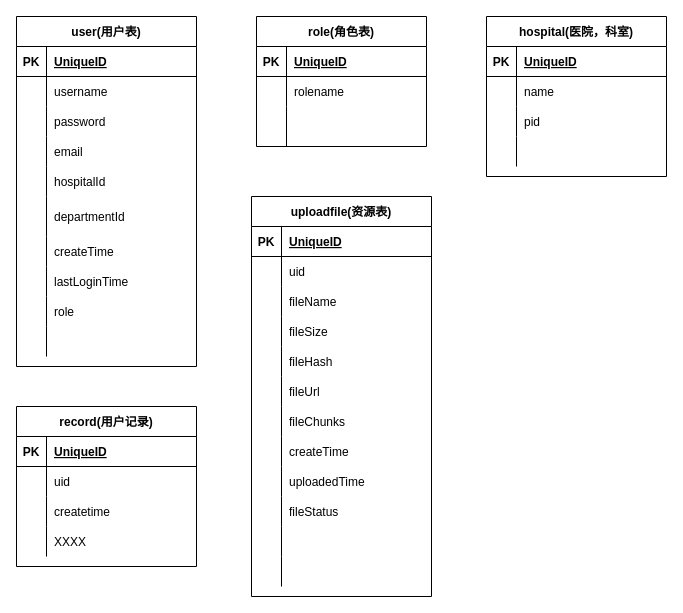
Earlier version of the draw.io diagram save/表设计.drawio (chenweihan/UML). Source tidied: cells renumbered, new cells numbered last; positions are measured from the earlier drawing's top-left corner, leaving out a move shared by most shapes. Both pictures are drawn from the tidied source at 100%, with x=0, y=0 at pixel (16, 16).
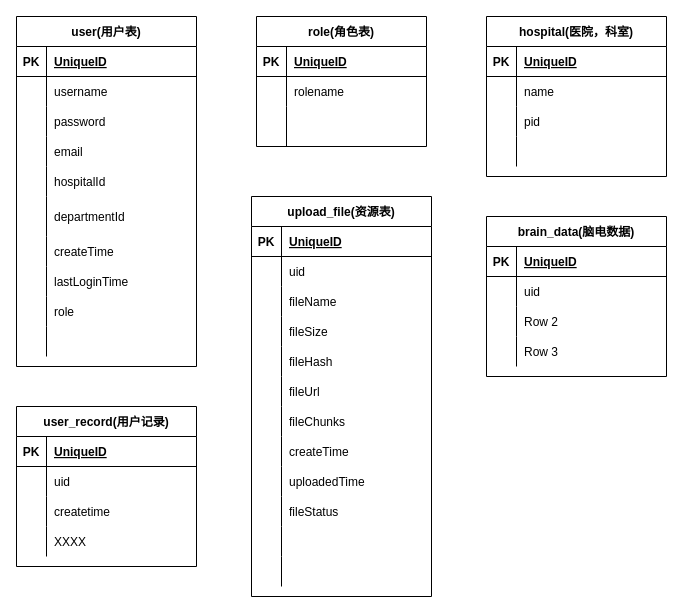
The same diagram, later.

Commit message (it also covers changes not shown here):
更新表设计.drawio

What changed in the source:
```diff
@@
-    <mxCell id="56" value="record(用户记录)" style="shape=table;startSize=30;childLayout=tableLayout;rowLines=0;fontStyle=1;align=center;" parent="1" vertex="1">
+    <mxCell id="56" value="user_record(用户记录)" style="shape=table;startSize=30;childLayout=tableLayout;rowLines=0;fontStyle=1;align=center;" parent="1" vertex="1">
       <mxGeometry y="390" width="180" height="160" as="geometry" />
     </mxCell>
@@
-    <mxCell id="69" value="uploadfile(资源表)" style="shape=table;startSize=30;childLayout=tableLayout;rowLines=0;fontStyle=1;align=center;" parent="1" vertex="1">
+    <mxCell id="69" value="upload_file(资源表)" style="shape=table;startSize=30;childLayout=tableLayout;rowLines=0;fontStyle=1;align=center;" parent="1" vertex="1">
       <mxGeometry x="235" y="180" width="180" height="400" as="geometry" />
     </mxCell>
@@
+    <mxCell id="106" value="brain_data(脑电数据)" style="shape=table;startSize=30;childLayout=tableLayout;rowLines=0;fontStyle=1;align=center;" parent="1" vertex="1">
+      <mxGeometry x="470" y="200" width="180" height="160" as="geometry" />
+    </mxCell>
+    <mxCell id="107" style="shape=partialRectangle;fillColor=none;top=0;left=0;bottom=1;right=0;" parent="106" vertex="1">
+      <mxGeometry y="30" width="180" height="30" as="geometry" />
+    </mxCell>
+    <mxCell id="108" value="PK" style="shape=partialRectangle;fillColor=none;top=0;left=0;bottom=0;right=0;fontStyle=1;overflow=hidden;" parent="107" vertex="1">
+      <mxGeometry width="30" height="30" as="geometry" />
+    </mxCell>
+    <mxCell id="109" value="UniqueID" style="shape=partialRectangle;fillColor=none;top=0;left=0;bottom=0;right=0;align=left;spacingLeft=6;fontStyle=5;overflow=hidden;" parent="107" vertex="1">
+      <mxGeometry x="30" width="150" height="30" as="geometry" />
+    </mxCell>
+    <mxCell id="110" style="shape=partialRectangle;fillColor=none;top=0;left=0;bottom=0;right=0;" parent="106" vertex="1">
+      <mxGeometry y="60" width="180" height="30" as="geometry" />
+    </mxCell>
+    <mxCell id="111" style="shape=partialRectangle;fillColor=none;top=0;left=0;bottom=0;right=0;overflow=hidden;" parent="110" vertex="1">
+      <mxGeometry width="30" height="30" as="geometry" />
+    </mxCell>
+    <mxCell id="112" value="uid" style="shape=partialRectangle;fillColor=none;top=0;left=0;bottom=0;right=0;align=left;spacingLeft=6;overflow=hidden;" parent="110" vertex="1">
+      <mxGeometry x="30" width="150" height="30" as="geometry" />
+    </mxCell>
+    <mxCell id="113" style="shape=partialRectangle;fillColor=none;top=0;left=0;bottom=0;right=0;" parent="106" vertex="1">
+      <mxGeometry y="90" width="180" height="30" as="geometry" />
+    </mxCell>
+    <mxCell id="114" style="shape=partialRectangle;fillColor=none;top=0;left=0;bottom=0;right=0;overflow=hidden;" parent="113" vertex="1">
+      <mxGeometry width="30" height="30" as="geometry" />
+    </mxCell>
+    <mxCell id="115" value="Row 2" style="shape=partialRectangle;fillColor=none;top=0;left=0;bottom=0;right=0;align=left;spacingLeft=6;overflow=hidden;" parent="113" vertex="1">
+      <mxGeometry x="30" width="150" height="30" as="geometry" />
+    </mxCell>
+    <mxCell id="116" style="shape=partialRectangle;fillColor=none;top=0;left=0;bottom=0;right=0;" parent="106" vertex="1">
+      <mxGeometry y="120" width="180" height="30" as="geometry" />
+    </mxCell>
+    <mxCell id="117" style="shape=partialRectangle;fillColor=none;top=0;left=0;bottom=0;right=0;overflow=hidden;" parent="116" vertex="1">
+      <mxGeometry width="30" height="30" as="geometry" />
+    </mxCell>
+    <mxCell id="118" value="Row 3" style="shape=partialRectangle;fillColor=none;top=0;left=0;bottom=0;right=0;align=left;spacingLeft=6;overflow=hidden;" parent="116" vertex="1">
+      <mxGeometry x="30" width="150" height="30" as="geometry" />
+    </mxCell>
```
